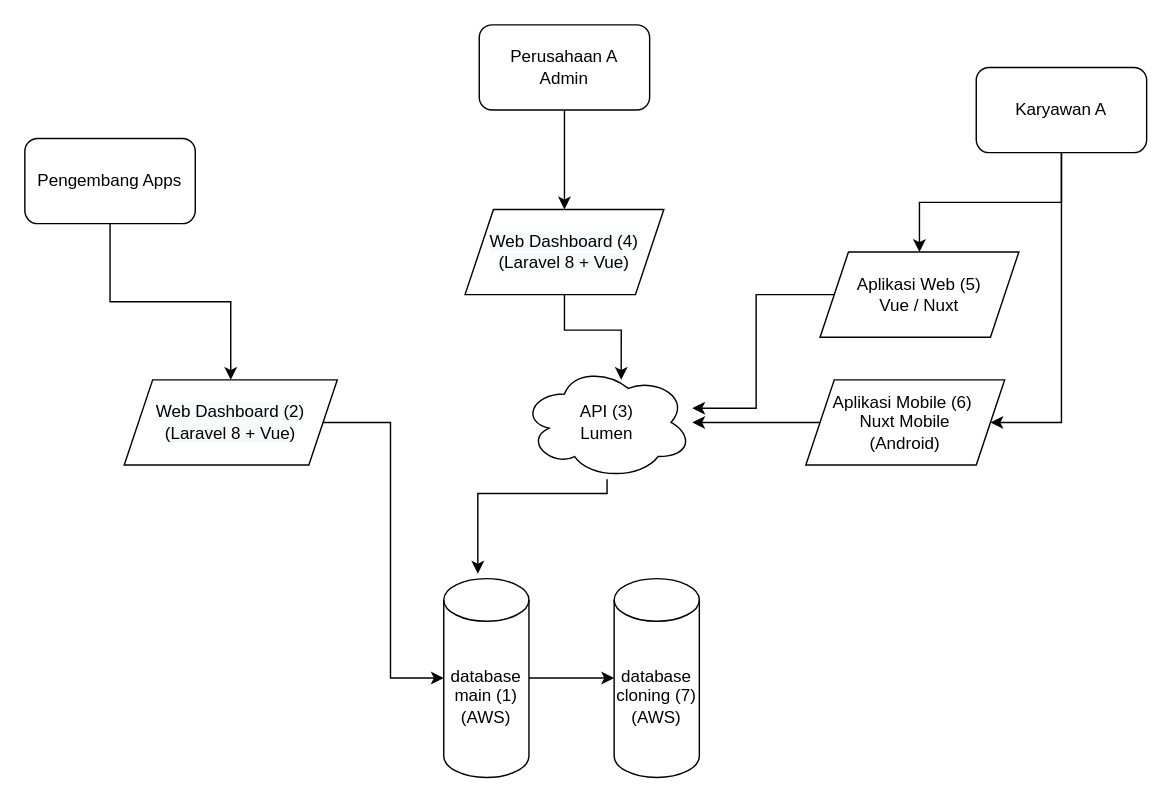
Earlier version of the draw.io diagram page "Page-2" (2 of 3) of Transaksi Aplikasi Diagram.drawio (taufik22/LARAVEL-AIRPUTIH). Source tidied: cells renumbered, new cells numbered last; positions are measured from the earlier drawing's top-left corner, leaving out a move shared by most shapes. Both pictures are drawn from the tidied source at 142%, with x=0, y=0 at pixel (24, 24).
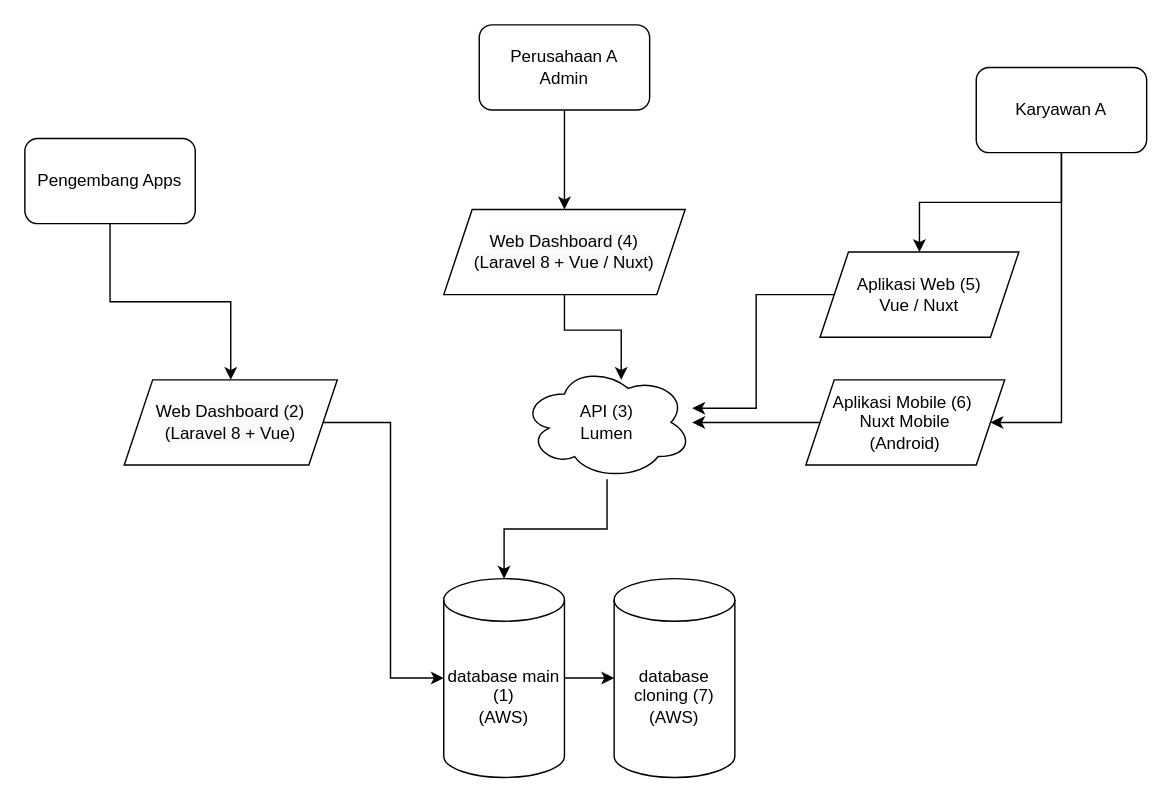
Above is the later version.

The change refers to these unchanged cells:
```xml
<mxCell id="10" value="API (3)&lt;br&gt;Lumen" style="ellipse;shape=cloud;whiteSpace=wrap;html=1;" parent="1" vertex="1">
  <mxGeometry x="350" y="240" width="120" height="80" as="geometry" />
</mxCell>
```

The edit, as a diff of the source:
```diff
@@
     <mxCell id="8" value="database main (1)&lt;br&gt;(AWS)" style="shape=cylinder3;whiteSpace=wrap;html=1;boundedLbl=1;backgroundOutline=1;size=15;" parent="1" vertex="1">
-      <mxGeometry x="295" y="390" width="60" height="140" as="geometry" />
+      <mxGeometry x="295" y="390" width="85" height="140" as="geometry" />
     </mxCell>
-    <mxCell id="9" style="edgeStyle=orthogonalEdgeStyle;rounded=0;jettySize=auto;html=1;entryX=0.4;entryY=-0.025;entryDx=0;entryDy=0;entryPerimeter=0;" parent="1" edge="1" source="10" target="8">
-      <mxGeometry relative="1" as="geometry">
-        <Array as="points">
-          <mxPoint x="410" y="330" />
-          <mxPoint x="319" y="330" />
-        </Array>
-      </mxGeometry>
+    <mxCell id="9" style="edgeStyle=orthogonalEdgeStyle;rounded=0;jettySize=auto;html=1;entryX=0.5;entryY=0;entryDx=0;entryDy=0;entryPerimeter=0;" parent="1" edge="1" source="10" target="8">
+      <mxGeometry relative="1" as="geometry" />
     </mxCell>
@@
     <mxCell id="11" value="database cloning (7)&lt;br&gt;(AWS)" style="shape=cylinder3;whiteSpace=wrap;html=1;boundedLbl=1;backgroundOutline=1;size=15;" parent="1" vertex="1">
-      <mxGeometry x="415" y="390" width="60" height="140" as="geometry" />
+      <mxGeometry x="415" y="390" width="85" height="140" as="geometry" />
     </mxCell>
@@
-    <mxCell id="19" value="&lt;span style=&quot;color: rgb(0 , 0 , 0) ; font-family: &amp;#34;helvetica&amp;#34; ; font-size: 12px ; font-style: normal ; font-weight: 400 ; letter-spacing: normal ; text-align: center ; text-indent: 0px ; text-transform: none ; word-spacing: 0px ; background-color: rgb(248 , 249 , 250) ; display: inline ; float: none&quot;&gt;Web Dashboard (4)&lt;br&gt;(Laravel 8 + Vue)&lt;br&gt;&lt;/span&gt;" style="shape=parallelogram;perimeter=parallelogramPerimeter;whiteSpace=wrap;html=1;fixedSize=1;" parent="1" vertex="1">
-      <mxGeometry x="310" y="130" width="140" height="60" as="geometry" />
+    <mxCell id="19" value="&lt;span style=&quot;color: rgb(0 , 0 , 0) ; font-family: &amp;#34;helvetica&amp;#34; ; font-size: 12px ; font-style: normal ; font-weight: 400 ; letter-spacing: normal ; text-align: center ; text-indent: 0px ; text-transform: none ; word-spacing: 0px ; background-color: rgb(248 , 249 , 250) ; display: inline ; float: none&quot;&gt;Web Dashboard (4)&lt;br&gt;(Laravel 8 + Vue / Nuxt)&lt;br&gt;&lt;/span&gt;" style="shape=parallelogram;perimeter=parallelogramPerimeter;whiteSpace=wrap;html=1;fixedSize=1;" parent="1" vertex="1">
+      <mxGeometry x="295" y="130" width="170" height="60" as="geometry" />
     </mxCell>
```
